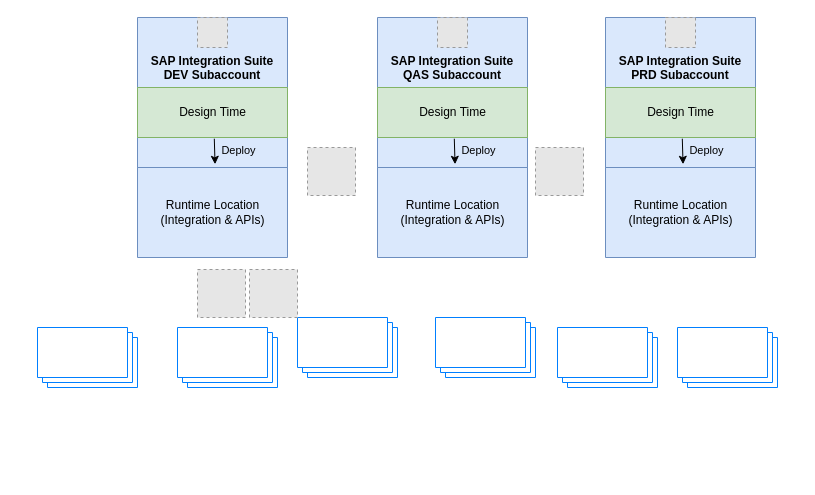
The draw.io diagram IS Arch -1.drawio in jklingelhoefer/sap-btp-diagrams, before the edit. Source tidied: cells renumbered, new cells numbered last; positions are measured from the earlier drawing's top-left corner, leaving out a move shared by most shapes. Both pictures are drawn from the tidied source at 100%, with x=0, y=0 at pixel (37, 17). Pictures stored in the file or linked from it are replaced by grey dashed boxes.
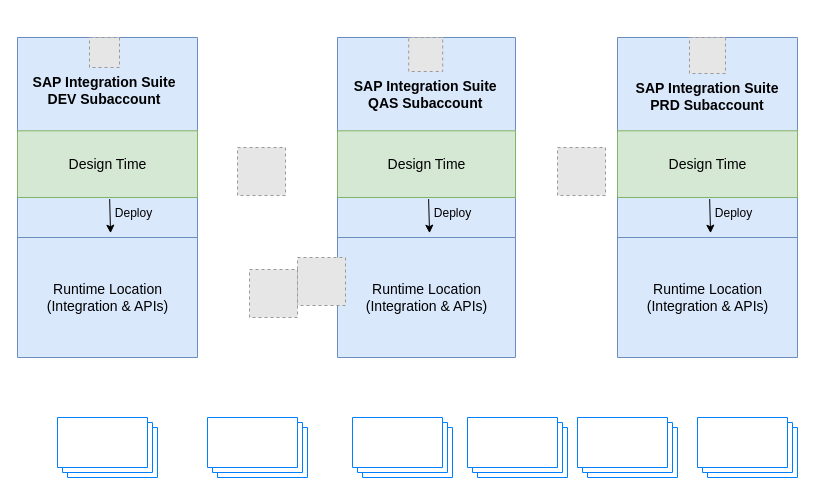
Above is the later version.

Unchanged cells that the change refers to:
```xml
<mxCell id="9" style="endArrow=classic;html=1;rounded=0;entryX=0.517;entryY=-0.036;entryDx=0;entryDy=0;entryPerimeter=0;exitX=0.512;exitY=1.024;exitDx=0;exitDy=0;exitPerimeter=0;" parent="4" edge="1" source="7" target="8">
  <mxGeometry relative="1" as="geometry" />
</mxCell>
<mxCell id="16" style="endArrow=classic;html=1;rounded=0;entryX=0.517;entryY=-0.036;entryDx=0;entryDy=0;entryPerimeter=0;exitX=0.512;exitY=1.024;exitDx=0;exitDy=0;exitPerimeter=0;" parent="11" edge="1" source="14" target="15">
  <mxGeometry relative="1" as="geometry" />
</mxCell>
<mxCell id="23" style="endArrow=classic;html=1;rounded=0;entryX=0.517;entryY=-0.036;entryDx=0;entryDy=0;entryPerimeter=0;exitX=0.512;exitY=1.024;exitDx=0;exitDy=0;exitPerimeter=0;" parent="18" edge="1" source="21" target="22">
  <mxGeometry relative="1" as="geometry" />
</mxCell>
```

Change to the diagram source:
```diff
@@
     <mxCell id="2" style="fillColor=#E6E6E6;strokeColor=#999999;dashed=1;verticalLabelPosition=bottom;verticalAlign=top;" parent="1" vertex="1">
-      <mxGeometry x="270" y="130" width="48" height="48" as="geometry" />
+      <mxGeometry x="200" y="130" width="48" height="48" as="geometry" />
     </mxCell>
     <mxCell id="3" style="verticalLabelPosition=bottom;verticalAlign=top;html=1;shape=mxgraph.basic.layered_rect;dx=10;whiteSpace=wrap;strokeColor=#007FFF;" parent="1" vertex="1">
-      <mxGeometry y="310" width="100" height="60" as="geometry" />
+      <mxGeometry x="20" y="400" width="100" height="60" as="geometry" />
     </mxCell>
     <mxCell id="4" style="group;" parent="1" vertex="1">
-      <mxGeometry x="100" width="150" height="240" as="geometry" />
+      <mxGeometry x="-20" y="20" width="180" height="320" as="geometry" />
     </mxCell>
     <mxCell id="5" style="verticalLabelPosition=bottom;verticalAlign=top;html=1;shape=mxgraph.basic.rect;fillColor2=none;strokeWidth=1;size=20;indent=5;fillColor=#dae8fc;strokeColor=#6c8ebf;" parent="4" vertex="1">
-      <mxGeometry width="150" height="200" as="geometry" />
+      <mxGeometry width="180" height="266.7" as="geometry" />
     </mxCell>
-    <mxCell id="6" value="SAP Integration Suite&#10;DEV Subaccount" style="fillColor=#E6E6E6;strokeColor=#999999;dashed=1;verticalLabelPosition=bottom;verticalAlign=top;fontStyle=1;" parent="4" vertex="1">
-      <mxGeometry x="60" width="30" height="30" as="geometry" />
+    <mxCell id="6" value="SAP Integration Suite&#10;DEV Subaccount" style="fillColor=#E6E6E6;strokeColor=#999999;dashed=1;verticalLabelPosition=bottom;verticalAlign=top;fontStyle=1;fontSize=14;" parent="4" vertex="1">
+      <mxGeometry x="72" width="30" height="30" as="geometry" />
     </mxCell>
-    <mxCell id="7" value="Design Time" style="verticalLabelPosition=middle;verticalAlign=middle;html=1;shape=mxgraph.basic.rect;fillColor2=none;strokeWidth=1;size=20;indent=5;align=center;fillColor=#d5e8d4;strokeColor=#82b366;labelPosition=center;" parent="4" vertex="1">
-      <mxGeometry y="70" width="150" height="50" as="geometry" />
+    <mxCell id="7" value="&lt;font style=&quot;font-size: 14px;&quot;&gt;Design Time&lt;/font&gt;" style="verticalLabelPosition=middle;verticalAlign=middle;html=1;shape=mxgraph.basic.rect;fillColor2=none;strokeWidth=1;size=20;indent=5;align=center;fillColor=#d5e8d4;strokeColor=#82b366;labelPosition=center;" parent="4" vertex="1">
+      <mxGeometry y="93.3" width="180" height="66.7" as="geometry" />
     </mxCell>
-    <mxCell id="8" value="Runtime Location&lt;div&gt;(Integration &amp;amp; APIs)&lt;/div&gt;" style="verticalLabelPosition=middle;verticalAlign=middle;html=1;shape=mxgraph.basic.rect;fillColor2=none;strokeWidth=1;size=20;indent=5;fillColor=#dae8fc;strokeColor=#6c8ebf;labelPosition=center;align=center;" parent="4" vertex="1">
-      <mxGeometry y="150" width="150" height="90" as="geometry" />
+    <mxCell id="8" value="&lt;font style=&quot;font-size: 14px;&quot;&gt;Runtime Location&lt;/font&gt;&lt;div style=&quot;font-size: 14px;&quot;&gt;&lt;font style=&quot;font-size: 14px;&quot;&gt;(Integration &amp;amp; APIs)&lt;/font&gt;&lt;/div&gt;" style="verticalLabelPosition=middle;verticalAlign=middle;html=1;shape=mxgraph.basic.rect;fillColor2=none;strokeWidth=1;size=20;indent=5;fillColor=#dae8fc;strokeColor=#6c8ebf;labelPosition=center;align=center;" parent="4" vertex="1">
+      <mxGeometry y="200" width="180" height="120" as="geometry" />
     </mxCell>
@@
-    <mxCell id="10" value="Deploy" style="edgeLabel;html=1;align=center;verticalAlign=middle;labelBackgroundColor=none;" parent="9" vertex="1">
+    <mxCell id="10" value="&lt;font style=&quot;font-size: 12px;&quot;&gt;Deploy&lt;/font&gt;" style="edgeLabel;html=1;align=center;verticalAlign=middle;labelBackgroundColor=none;" parent="9" vertex="1">
       <mxGeometry x="-0.22" y="4" relative="1" as="geometry">
         <mxPoint x="19" y="1" as="offset" />
       </mxGeometry>
     </mxCell>
     <mxCell id="11" style="group;" parent="1" vertex="1">
-      <mxGeometry x="340" width="150" height="240" as="geometry" />
+      <mxGeometry x="300" y="20" width="178" height="320" as="geometry" />
     </mxCell>
     <mxCell id="12" style="verticalLabelPosition=bottom;verticalAlign=top;html=1;shape=mxgraph.basic.rect;fillColor2=none;strokeWidth=1;size=20;indent=5;fillColor=#dae8fc;strokeColor=#6c8ebf;" parent="11" vertex="1">
-      <mxGeometry width="150" height="200" as="geometry" />
+      <mxGeometry width="178" height="266.7" as="geometry" />
     </mxCell>
-    <mxCell id="13" value="SAP Integration Suite&#10;QAS Subaccount" style="fillColor=#E6E6E6;strokeColor=#999999;dashed=1;verticalLabelPosition=bottom;verticalAlign=top;fontStyle=1;" parent="11" vertex="1">
-      <mxGeometry x="60" width="30" height="30" as="geometry" />
+    <mxCell id="13" value="SAP Integration Suite&#10;QAS Subaccount" style="fillColor=#E6E6E6;strokeColor=#999999;dashed=1;verticalLabelPosition=bottom;verticalAlign=top;fontStyle=1;fontSize=14;" parent="11" vertex="1">
+      <mxGeometry x="71.2" width="34" height="34" as="geometry" />
     </mxCell>
-    <mxCell id="14" value="Design Time" style="verticalLabelPosition=middle;verticalAlign=middle;html=1;shape=mxgraph.basic.rect;fillColor2=none;strokeWidth=1;size=20;indent=5;align=center;fillColor=#d5e8d4;strokeColor=#82b366;labelPosition=center;" parent="11" vertex="1">
-      <mxGeometry y="70" width="150" height="50" as="geometry" />
+    <mxCell id="14" value="&lt;font style=&quot;font-size: 14px;&quot;&gt;Design Time&lt;/font&gt;" style="verticalLabelPosition=middle;verticalAlign=middle;html=1;shape=mxgraph.basic.rect;fillColor2=none;strokeWidth=1;size=20;indent=5;align=center;fillColor=#d5e8d4;strokeColor=#82b366;labelPosition=center;" parent="11" vertex="1">
+      <mxGeometry y="93.3" width="178" height="66.7" as="geometry" />
     </mxCell>
-    <mxCell id="15" value="Runtime Location&lt;div&gt;(Integration &amp;amp; APIs)&lt;/div&gt;" style="verticalLabelPosition=middle;verticalAlign=middle;html=1;shape=mxgraph.basic.rect;fillColor2=none;strokeWidth=1;size=20;indent=5;fillColor=#dae8fc;strokeColor=#6c8ebf;labelPosition=center;align=center;" parent="11" vertex="1">
-      <mxGeometry y="150" width="150" height="90" as="geometry" />
+    <mxCell id="15" value="&lt;font style=&quot;font-size: 14px;&quot;&gt;Runtime Location&lt;/font&gt;&lt;div style=&quot;font-size: 14px;&quot;&gt;&lt;font style=&quot;font-size: 14px;&quot;&gt;(Integration &amp;amp; APIs)&lt;/font&gt;&lt;/div&gt;" style="verticalLabelPosition=middle;verticalAlign=middle;html=1;shape=mxgraph.basic.rect;fillColor2=none;strokeWidth=1;size=20;indent=5;fillColor=#dae8fc;strokeColor=#6c8ebf;labelPosition=center;align=center;" parent="11" vertex="1">
+      <mxGeometry y="200" width="178" height="120" as="geometry" />
     </mxCell>
@@
-    <mxCell id="17" value="Deploy" style="edgeLabel;html=1;align=center;verticalAlign=middle;labelBackgroundColor=none;" parent="16" vertex="1">
+    <mxCell id="17" value="&lt;font style=&quot;font-size: 12px;&quot;&gt;Deploy&lt;/font&gt;" style="edgeLabel;html=1;align=center;verticalAlign=middle;labelBackgroundColor=none;" parent="16" vertex="1">
       <mxGeometry x="-0.22" y="4" relative="1" as="geometry">
         <mxPoint x="19" y="1" as="offset" />
       </mxGeometry>
     </mxCell>
     <mxCell id="18" style="group;" parent="1" vertex="1">
-      <mxGeometry x="568" width="150" height="240" as="geometry" />
+      <mxGeometry x="580" y="20" width="180" height="320" as="geometry" />
     </mxCell>
     <mxCell id="19" style="verticalLabelPosition=bottom;verticalAlign=top;html=1;shape=mxgraph.basic.rect;fillColor2=none;strokeWidth=1;size=20;indent=5;fillColor=#dae8fc;strokeColor=#6c8ebf;" parent="18" vertex="1">
-      <mxGeometry width="150" height="200" as="geometry" />
+      <mxGeometry width="180" height="266.7" as="geometry" />
     </mxCell>
-    <mxCell id="20" value="SAP Integration Suite&#10;PRD Subaccount" style="fillColor=#E6E6E6;strokeColor=#999999;dashed=1;verticalLabelPosition=bottom;verticalAlign=top;fontStyle=1;" parent="18" vertex="1">
-      <mxGeometry x="60" width="30" height="30" as="geometry" />
+    <mxCell id="20" value="SAP Integration Suite&#10;PRD Subaccount" style="fillColor=#E6E6E6;strokeColor=#999999;dashed=1;verticalLabelPosition=bottom;verticalAlign=top;fontStyle=1;fontSize=14;" parent="18" vertex="1">
+      <mxGeometry x="72" width="36" height="36" as="geometry" />
     </mxCell>
-    <mxCell id="21" value="Design Time" style="verticalLabelPosition=middle;verticalAlign=middle;html=1;shape=mxgraph.basic.rect;fillColor2=none;strokeWidth=1;size=20;indent=5;align=center;fillColor=#d5e8d4;strokeColor=#82b366;labelPosition=center;" parent="18" vertex="1">
-      <mxGeometry y="70" width="150" height="50" as="geometry" />
+    <mxCell id="21" value="&lt;font style=&quot;font-size: 14px;&quot;&gt;Design Time&lt;/font&gt;" style="verticalLabelPosition=middle;verticalAlign=middle;html=1;shape=mxgraph.basic.rect;fillColor2=none;strokeWidth=1;size=20;indent=5;align=center;fillColor=#d5e8d4;strokeColor=#82b366;labelPosition=center;" parent="18" vertex="1">
+      <mxGeometry y="93.3" width="180" height="66.7" as="geometry" />
     </mxCell>
-    <mxCell id="22" value="Runtime Location&lt;div&gt;(Integration &amp;amp; APIs)&lt;/div&gt;" style="verticalLabelPosition=middle;verticalAlign=middle;html=1;shape=mxgraph.basic.rect;fillColor2=none;strokeWidth=1;size=20;indent=5;fillColor=#dae8fc;strokeColor=#6c8ebf;labelPosition=center;align=center;" parent="18" vertex="1">
-      <mxGeometry y="150" width="150" height="90" as="geometry" />
+    <mxCell id="22" value="&lt;font style=&quot;font-size: 14px;&quot;&gt;Runtime Location&lt;/font&gt;&lt;div style=&quot;font-size: 14px;&quot;&gt;&lt;font style=&quot;font-size: 14px;&quot;&gt;(Integration &amp;amp; APIs)&lt;/font&gt;&lt;/div&gt;" style="verticalLabelPosition=middle;verticalAlign=middle;html=1;shape=mxgraph.basic.rect;fillColor2=none;strokeWidth=1;size=20;indent=5;fillColor=#dae8fc;strokeColor=#6c8ebf;labelPosition=center;align=center;" parent="18" vertex="1">
+      <mxGeometry y="200" width="180" height="120" as="geometry" />
     </mxCell>
@@
-    <mxCell id="24" value="Deploy" style="edgeLabel;html=1;align=center;verticalAlign=middle;labelBackgroundColor=none;" parent="23" vertex="1">
+    <mxCell id="24" value="&lt;font style=&quot;font-size: 12px;&quot;&gt;Deploy&lt;/font&gt;" style="edgeLabel;html=1;align=center;verticalAlign=middle;labelBackgroundColor=none;" parent="23" vertex="1">
       <mxGeometry x="-0.22" y="4" relative="1" as="geometry">
         <mxPoint x="19" y="1" as="offset" />
       </mxGeometry>
     </mxCell>
     <mxCell id="25" style="fillColor=#E6E6E6;strokeColor=#999999;dashed=1;verticalLabelPosition=bottom;verticalAlign=top;" parent="1" vertex="1">
-      <mxGeometry x="498" y="130" width="48" height="48" as="geometry" />
+      <mxGeometry x="520" y="130" width="48" height="48" as="geometry" />
     </mxCell>
     <mxCell id="26" style="verticalLabelPosition=bottom;verticalAlign=top;html=1;shape=mxgraph.basic.layered_rect;dx=10;whiteSpace=wrap;strokeColor=#007FFF;" parent="1" vertex="1">
-      <mxGeometry x="260" y="300" width="100" height="60" as="geometry" />
+      <mxGeometry x="315" y="400" width="100" height="60" as="geometry" />
     </mxCell>
     <mxCell id="27" style="verticalLabelPosition=bottom;verticalAlign=top;html=1;shape=mxgraph.basic.layered_rect;dx=10;whiteSpace=wrap;strokeColor=#007FFF;" parent="1" vertex="1">
-      <mxGeometry x="398" y="300" width="100" height="60" as="geometry" />
+      <mxGeometry x="430" y="400" width="100" height="60" as="geometry" />
     </mxCell>
     <mxCell id="28" style="verticalLabelPosition=bottom;verticalAlign=top;html=1;shape=mxgraph.basic.layered_rect;dx=10;whiteSpace=wrap;strokeColor=#007FFF;" parent="1" vertex="1">
-      <mxGeometry x="520" y="310" width="100" height="60" as="geometry" />
+      <mxGeometry x="540" y="400" width="100" height="60" as="geometry" />
     </mxCell>
     <mxCell id="29" style="verticalLabelPosition=bottom;verticalAlign=top;html=1;shape=mxgraph.basic.layered_rect;dx=10;whiteSpace=wrap;strokeColor=#007FFF;" parent="1" vertex="1">
-      <mxGeometry x="640" y="310" width="100" height="60" as="geometry" />
+      <mxGeometry x="660" y="400" width="100" height="60" as="geometry" />
     </mxCell>
     <mxCell id="30" style="verticalLabelPosition=bottom;verticalAlign=top;html=1;shape=mxgraph.basic.layered_rect;dx=10;whiteSpace=wrap;strokeColor=#007FFF;" parent="1" vertex="1">
-      <mxGeometry x="140" y="310" width="100" height="60" as="geometry" />
+      <mxGeometry x="170" y="400" width="100" height="60" as="geometry" />
     </mxCell>
     <mxCell id="31" style="fillColor=#E6E6E6;strokeColor=#999999;dashed=1;verticalLabelPosition=bottom;verticalAlign=top;" parent="1" vertex="1">
-      <mxGeometry x="160" y="252" width="48" height="48" as="geometry" />
+      <mxGeometry x="260" y="240" width="48" height="48" as="geometry" />
     </mxCell>
```
